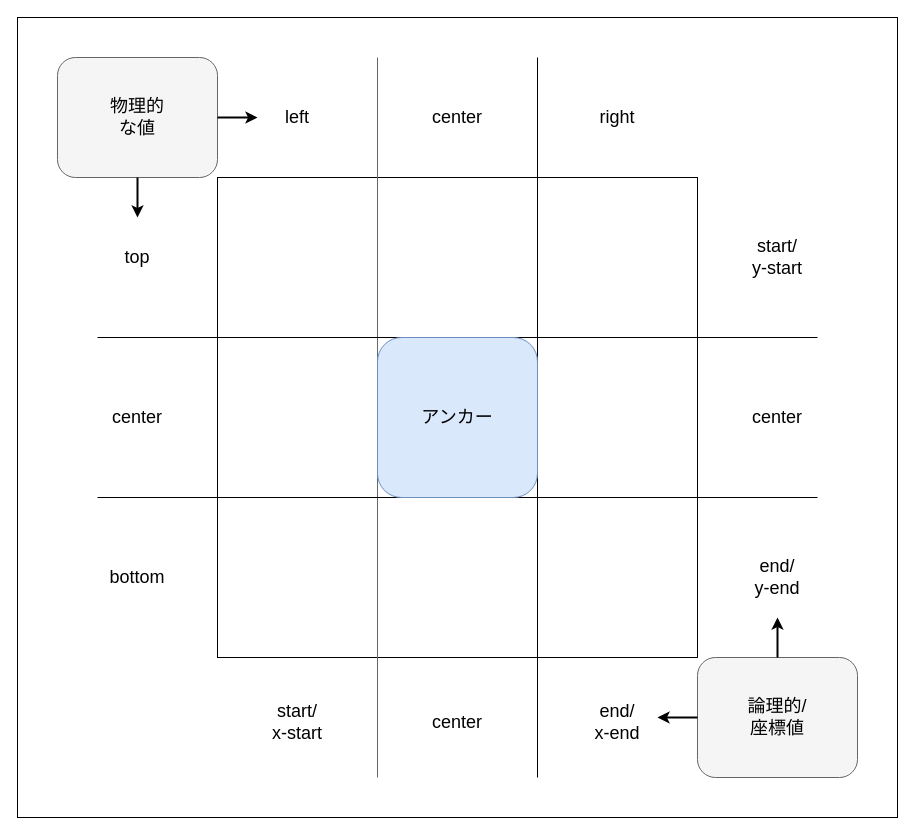
Earlier version of the draw.io diagram files/ja/web/css/css_anchor_positioning/using/position-area.drawio (mdn/translated-content). Source tidied: cells renumbered, new cells numbered last; positions are measured from the earlier drawing's top-left corner, leaving out a move shared by most shapes. Both pictures are drawn from the tidied source at 100%, with x=0, y=0 at pixel (17, 17).
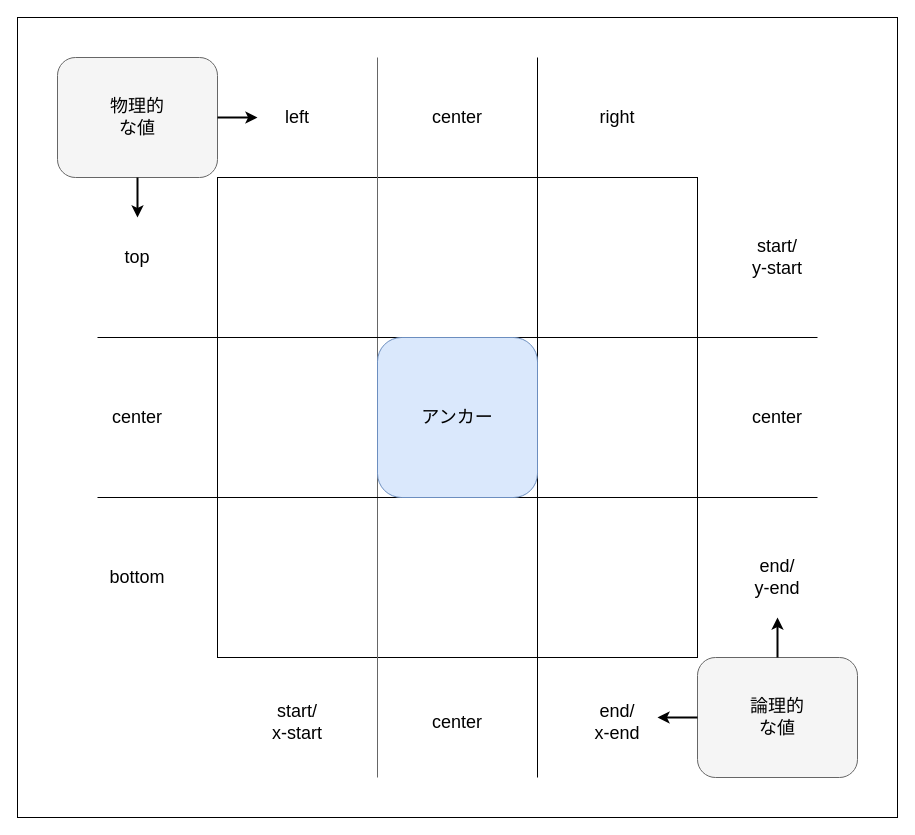
The same page after the edit.

Change to the diagram source:
```diff
@@
-    <mxCell id="27" value="&lt;div&gt;&lt;span style=&quot;font-size: 18px;&quot;&gt;論理的/&lt;br&gt;座標値&lt;/span&gt;&lt;/div&gt;" style="text;html=1;strokeColor=none;fillColor=none;align=center;verticalAlign=middle;whiteSpace=wrap;rounded=0;" parent="1" vertex="1">
+    <mxCell id="27" value="&lt;div&gt;&lt;span style=&quot;font-size: 18px;&quot;&gt;論理的&lt;br&gt;な値&lt;/span&gt;&lt;/div&gt;" style="text;html=1;strokeColor=none;fillColor=none;align=center;verticalAlign=middle;whiteSpace=wrap;rounded=0;" parent="1" vertex="1">
       <mxGeometry x="720" y="685" width="80" height="30" as="geometry" />
     </mxCell>
```
